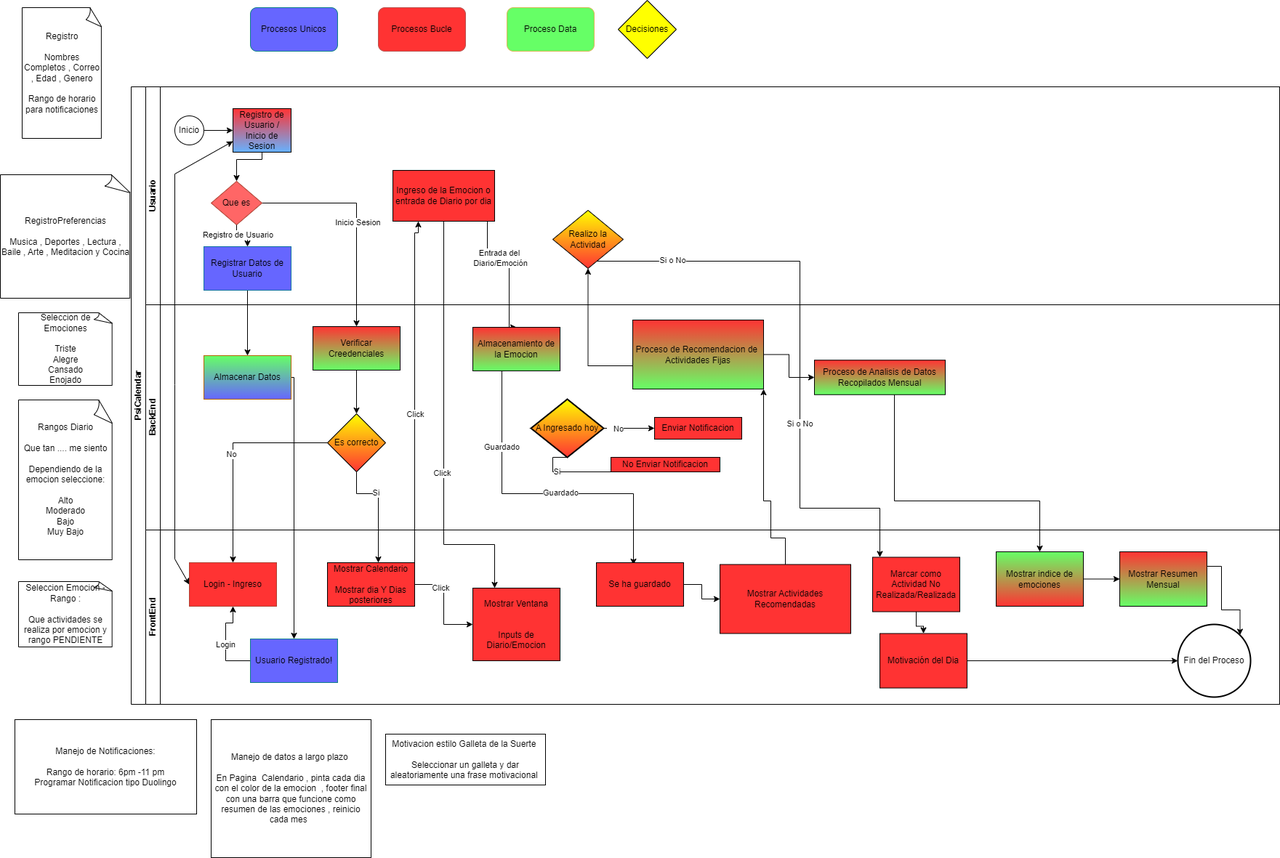
The draw.io diagram DiagramaPsiCalendar.png in Arielcitoops/PsiCalendar, before a commit. Source tidied: cells renumbered, new cells last; positions are measured from the earlier drawing's top-left corner, leaving out a move shared by most shapes.
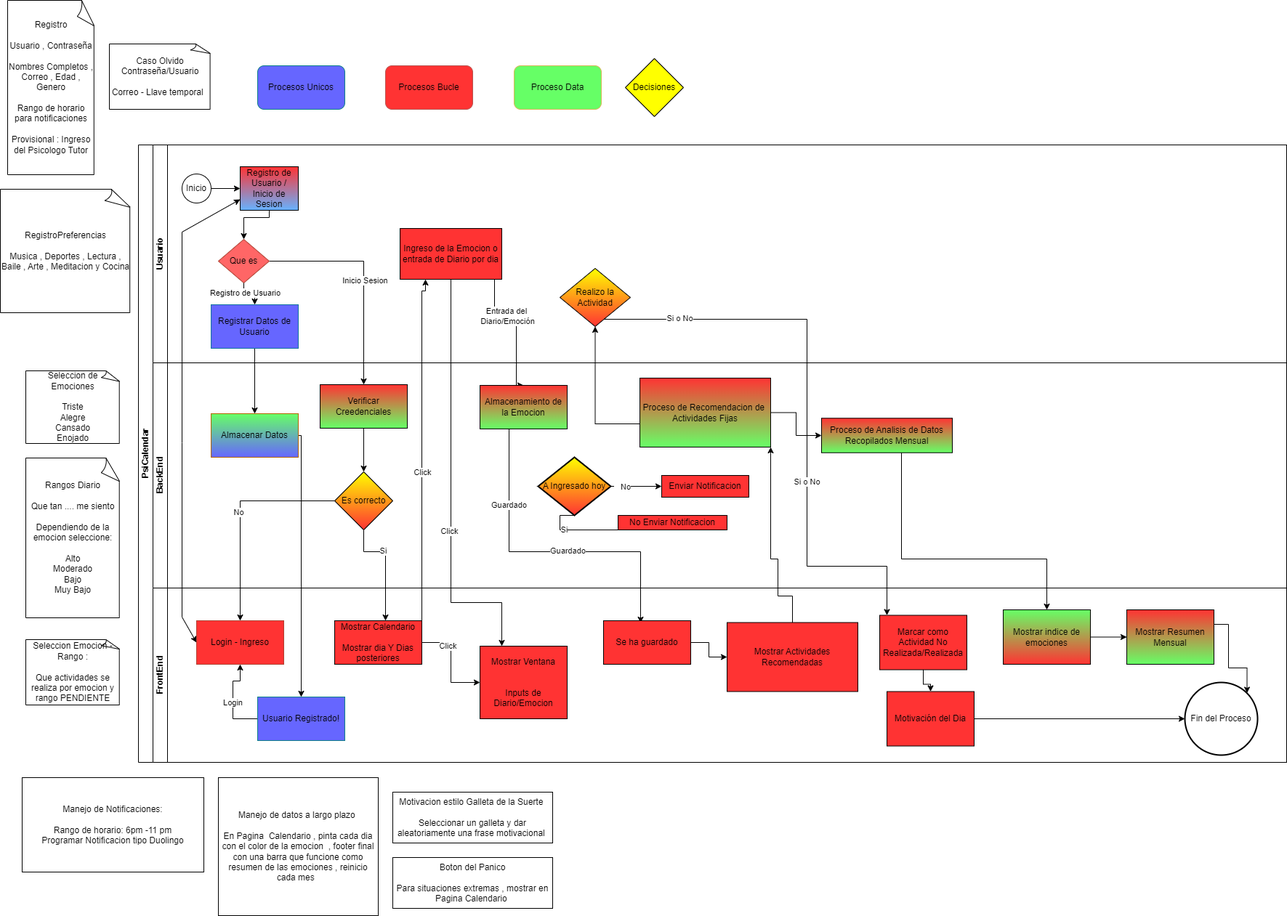
After the change.

What changed in the source:
```diff
@@ -317,11 +317,11 @@
     <mxCell id="79" value="Decisiones" style="rhombus;whiteSpace=wrap;html=1;fontColor=#000000;rounded=0;fillColor=#FFFF00;" parent="1" vertex="1">
       <mxGeometry x="850" width="80" height="80" as="geometry" />
     </mxCell>
-    <mxCell id="80" value="Registro&lt;br&gt;&lt;br&gt;Nombres Completos , Correo , Edad , Genero&lt;br&gt;&lt;br&gt;Rango de horario para notificaciones" style="whiteSpace=wrap;html=1;shape=mxgraph.basic.document;" parent="1" vertex="1">
-      <mxGeometry x="30" y="10" width="110" height="180" as="geometry" />
+    <mxCell id="80" value="Registro&lt;div&gt;&lt;br&gt;&lt;/div&gt;&lt;div&gt;Usuario , Contraseña&lt;br&gt;&lt;br&gt;Nombres Completos , Correo , Edad , Genero&lt;br&gt;&lt;br&gt;Rango de horario para notificaciones&lt;/div&gt;&lt;div&gt;&lt;br&gt;&lt;/div&gt;&lt;div&gt;Provisional : Ingreso del Psicologo Tutor&lt;/div&gt;" style="whiteSpace=wrap;html=1;shape=mxgraph.basic.document;" parent="1" vertex="1">
+      <mxGeometry y="-80" width="120" height="240" as="geometry" />
     </mxCell>
     <mxCell id="81" value="RegistroPreferencias&lt;br&gt;&lt;br&gt;Musica , Deportes , Lectura , Baile , Arte , Meditacion y Cocina" style="whiteSpace=wrap;html=1;shape=mxgraph.basic.document;" parent="1" vertex="1">
-      <mxGeometry y="240" width="180" height="170" as="geometry" />
+      <mxGeometry x="-10" y="180" width="180" height="170" as="geometry" />
     </mxCell>
     <mxCell id="82" value="Rangos Diario&lt;div&gt;&lt;br&gt;&lt;/div&gt;&lt;div&gt;Que tan .... me siento&lt;br&gt;&lt;br&gt;Dependiendo de la emocion seleccione:&lt;br&gt;&lt;br&gt;Alto&lt;/div&gt;&lt;div&gt;Moderado&lt;/div&gt;&lt;div&gt;Bajo&lt;/div&gt;&lt;div&gt;Muy Bajo&lt;/div&gt;" style="whiteSpace=wrap;html=1;shape=mxgraph.basic.document;" parent="1" vertex="1">
       <mxGeometry x="25" y="550" width="130" height="220" as="geometry" />
@@ -341,5 +341,11 @@
     <mxCell id="87" value="Motivacion estilo Galleta de la Suerte&amp;nbsp;&lt;div&gt;&lt;br&gt;&lt;/div&gt;&lt;div&gt;Seleccionar un galleta y dar aleatoriamente una frase motivacional&amp;nbsp;&lt;/div&gt;" style="rounded=0;whiteSpace=wrap;html=1;" parent="1" vertex="1">
       <mxGeometry x="530" y="1010" width="220" height="70" as="geometry" />
     </mxCell>
+    <mxCell id="88" value="Boton del Panico&lt;div&gt;&lt;br&gt;&lt;/div&gt;&lt;div&gt;Para situaciones extremas , mostrar en Pagina Calendario&amp;nbsp;&lt;/div&gt;" style="rounded=0;whiteSpace=wrap;html=1;" parent="1" vertex="1">
+      <mxGeometry x="530" y="1100" width="220" height="70" as="geometry" />
+    </mxCell>
+    <mxCell id="89" value="Caso Olvido Contraseña/Usuario&lt;div&gt;&lt;br&gt;&lt;/div&gt;&lt;div&gt;Correo - Llave temporal&amp;nbsp;&amp;nbsp;&lt;/div&gt;" style="whiteSpace=wrap;html=1;shape=mxgraph.basic.document;" parent="1" vertex="1">
+      <mxGeometry x="140" y="-20" width="140" height="90" as="geometry" />
+    </mxCell>
   </root>
 </mxGraphModel>
```
